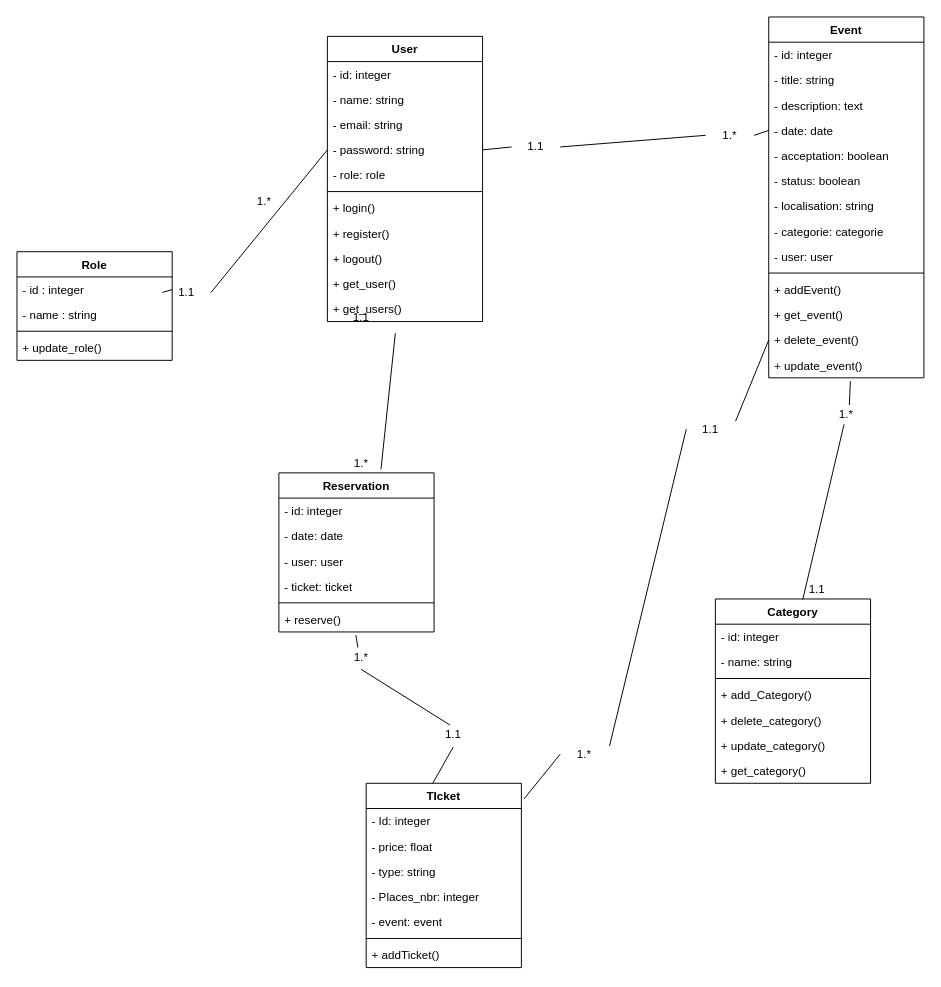
This is diagramme_classe.drawio from Mohamed072005/YouEvent, a draw.io file, before an edit. Source tidied: cells renumbered, new cells numbered last; positions are measured from the earlier drawing's top-left corner, leaving out a move shared by most shapes. Both pictures are drawn from the tidied source at 97%, with x=0, y=0 at pixel (16, 16).
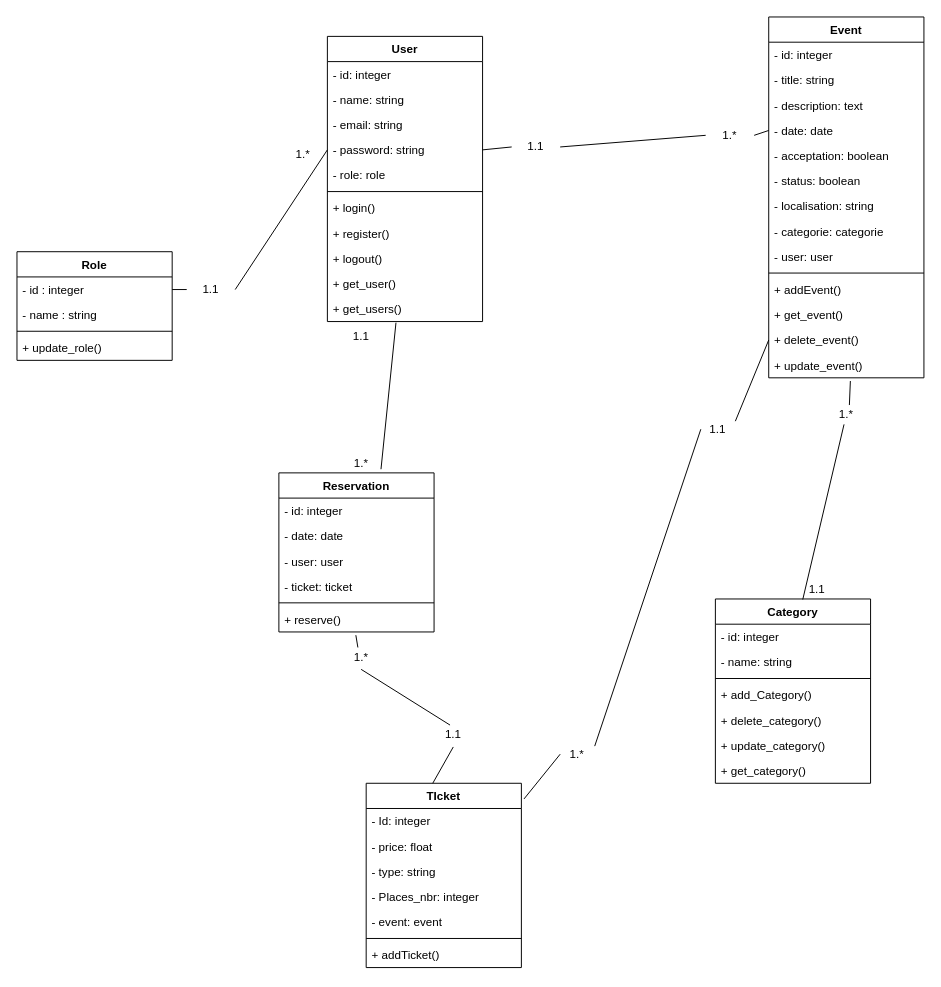
After the change.

Commit message (it also covers changes not shown here):
create the tickets table in the migrations

Unchanged cells that the change refers to:
```xml
<mxCell id="13" value="+ get_users()" style="text;strokeColor=none;fillColor=none;align=left;verticalAlign=top;spacingLeft=4;spacingRight=4;overflow=hidden;points=[[0,0.5],[1,0.5]];portConstraint=eastwest;" parent="2" vertex="1">
  <mxGeometry y="268" width="160" height="26" as="geometry" />
</mxCell>
<mxCell id="45" value="Reservation" style="swimlane;fontStyle=1;align=center;verticalAlign=top;horizontal=1;startSize=26;" parent="1" vertex="1">
  <mxGeometry x="270" y="470" width="160" height="164" as="geometry" />
</mxCell>
```

Change to the diagram source:
```diff
@@
-    <mxCell id="55" style="endArrow=none;html=1;entryX=0.438;entryY=1.462;entryDx=0;entryDy=0;exitX=0.658;exitY=-0.023;exitDx=0;exitDy=0;exitPerimeter=0;entryPerimeter=0;" parent="1" edge="1" source="45" target="13">
+    <mxCell id="55" style="endArrow=none;html=1;entryX=0.442;entryY=1.044;entryDx=0;entryDy=0;exitX=0.658;exitY=-0.023;exitDx=0;exitDy=0;exitPerimeter=0;entryPerimeter=0;" parent="1" edge="1" source="45" target="13">
       <mxGeometry relative="1" as="geometry" />
     </mxCell>
@@
     <mxCell id="64" value="1.*" style="text;html=1;strokeColor=none;fillColor=none;align=center;verticalAlign=middle;whiteSpace=wrap;rounded=0;" parent="1" vertex="1">
-      <mxGeometry x="230" y="180" width="50" height="20" as="geometry" />
+      <mxGeometry x="270" y="132" width="50" height="20" as="geometry" />
     </mxCell>
@@
     <mxCell id="66" value="1.1" style="text;html=1;strokeColor=none;fillColor=none;align=center;verticalAlign=middle;whiteSpace=wrap;rounded=0;" parent="1" vertex="1">
-      <mxGeometry x="330" y="300" width="50" height="20" as="geometry" />
+      <mxGeometry x="330" y="320" width="50" height="20" as="geometry" />
     </mxCell>
@@
     <mxCell id="68" value="1.1" style="text;html=1;strokeColor=none;fillColor=none;align=center;verticalAlign=middle;whiteSpace=wrap;rounded=0;" parent="1" vertex="1">
-      <mxGeometry x="150" y="274" width="50" height="20" as="geometry" />
+      <mxGeometry x="175" y="271" width="50" height="20" as="geometry" />
     </mxCell>
@@
     <mxCell id="74" value="1.*" style="text;html=1;strokeColor=none;fillColor=none;align=center;verticalAlign=middle;whiteSpace=wrap;rounded=0;" parent="1" vertex="1">
-      <mxGeometry x="560" y="750" width="50" height="20" as="geometry" />
+      <mxGeometry x="560" y="750" width="35" height="20" as="geometry" />
     </mxCell>
@@
     <mxCell id="76" value="1.1" style="text;html=1;strokeColor=none;fillColor=none;align=center;verticalAlign=middle;whiteSpace=wrap;rounded=0;" parent="1" vertex="1">
-      <mxGeometry x="690" y="415" width="50" height="20" as="geometry" />
+      <mxGeometry x="705" y="415" width="35" height="20" as="geometry" />
     </mxCell>
```
